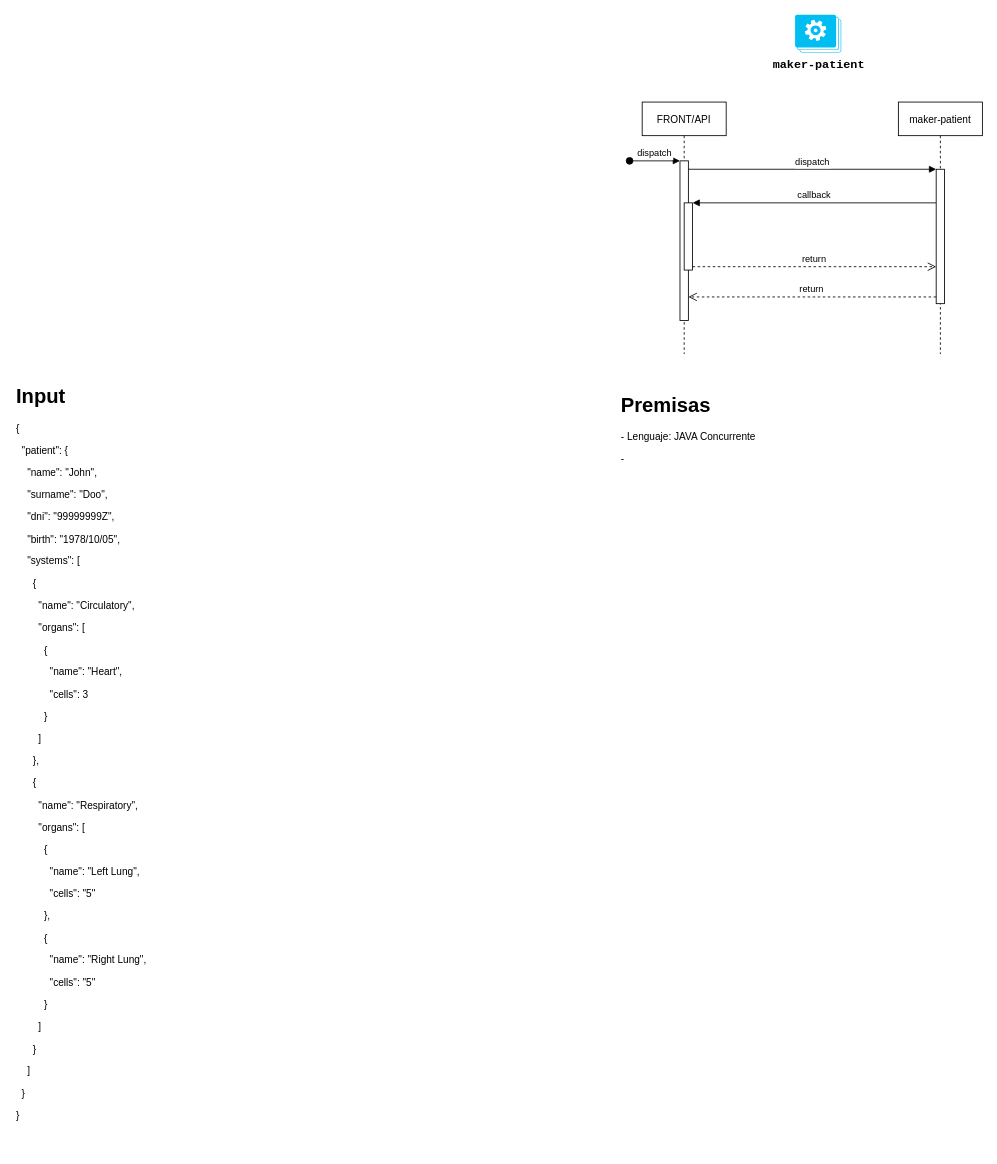
cellprom/cellprom-arq-doc keeps this draw.io diagram as page "maker-patient" (6 of 9) of arch-design/cellprom-tech-arch.drawio. Above is the earlier version. Source tidied: cells renumbered, new cells numbered last; positions are measured from the earlier drawing's top-left corner, leaving out a move shared by most shapes. Both pictures are drawn from the tidied source at 84%, with x=0, y=0 at pixel (14, 14).
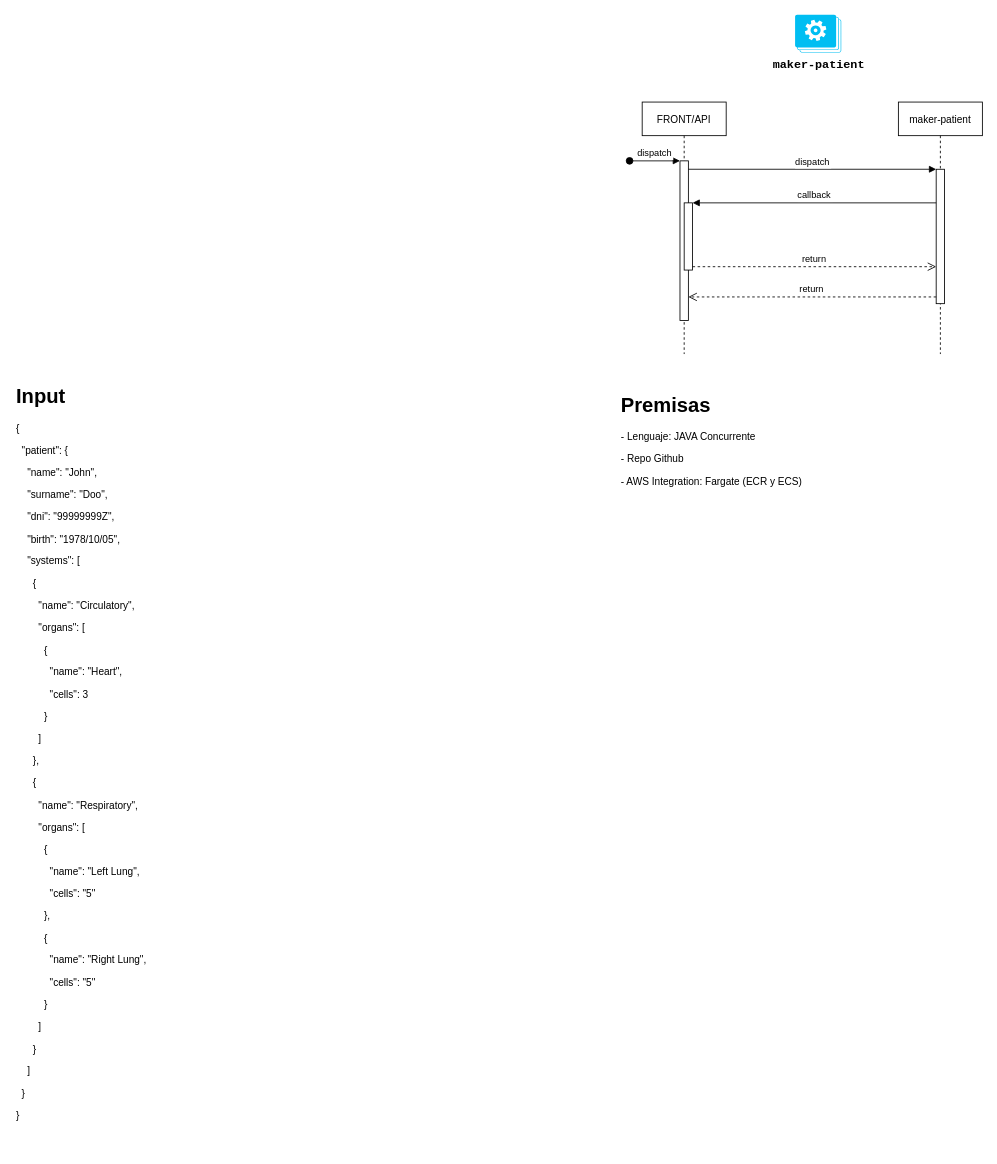
Above is the later version.

Change to the diagram source:
```diff
@@
 <mxGraphModel>
   <root>
     <mxCell id="0" />
     <mxCell id="1" parent="0" />
     <mxCell id="2" value="&lt;span style=&quot;font-family: &amp;quot;Courier New&amp;quot;; font-size: 14px; font-weight: 700;&quot;&gt;maker-patient&lt;/span&gt;" style="verticalLabelPosition=bottom;html=1;verticalAlign=top;align=center;strokeColor=none;fillColor=#00BEF2;shape=mxgraph.azure.worker_roles;" parent="1" vertex="1">
       <mxGeometry x="929" width="55" height="45" as="geometry" />
     </mxCell>
     <mxCell id="3" value="FRONT/API" style="shape=umlLifeline;perimeter=lifelinePerimeter;rounded=0;shadow=0;strokeWidth=1;" parent="1" vertex="1">
       <mxGeometry x="747" y="104" width="100" height="300" as="geometry" />
     </mxCell>
     <mxCell id="4" style="points=[];perimeter=orthogonalPerimeter;rounded=0;shadow=0;strokeWidth=1;" parent="3" vertex="1">
       <mxGeometry x="45" y="70" width="10" height="190" as="geometry" />
     </mxCell>
     <mxCell id="5" value="dispatch" style="verticalAlign=bottom;startArrow=oval;endArrow=block;startSize=8;shadow=0;strokeWidth=1;" parent="3" edge="1" target="4">
       <mxGeometry relative="1" as="geometry">
         <mxPoint x="-15" y="70" as="sourcePoint" />
       </mxGeometry>
     </mxCell>
     <mxCell id="6" style="points=[];perimeter=orthogonalPerimeter;rounded=0;shadow=0;strokeWidth=1;" parent="3" vertex="1">
       <mxGeometry x="50" y="120" width="10" height="80" as="geometry" />
     </mxCell>
     <mxCell id="7" value="maker-patient" style="shape=umlLifeline;perimeter=lifelinePerimeter;rounded=0;shadow=0;strokeWidth=1;" parent="1" vertex="1">
       <mxGeometry x="1052" y="104" width="100" height="300" as="geometry" />
     </mxCell>
     <mxCell id="8" style="points=[];perimeter=orthogonalPerimeter;rounded=0;shadow=0;strokeWidth=1;" parent="7" vertex="1">
       <mxGeometry x="45" y="80" width="10" height="160" as="geometry" />
     </mxCell>
     <mxCell id="9" value="return" style="verticalAlign=bottom;endArrow=open;dashed=1;endSize=8;exitX=0;exitY=0.95;shadow=0;strokeWidth=1;" parent="1" edge="1" source="8" target="4">
       <mxGeometry relative="1" as="geometry" />
     </mxCell>
     <mxCell id="10" value="dispatch" style="verticalAlign=bottom;endArrow=block;entryX=0;entryY=0;shadow=0;strokeWidth=1;" parent="1" edge="1" source="4" target="8">
       <mxGeometry relative="1" as="geometry" />
     </mxCell>
     <mxCell id="11" value="callback" style="verticalAlign=bottom;endArrow=block;entryX=1;entryY=0;shadow=0;strokeWidth=1;" parent="1" edge="1" source="8" target="6">
       <mxGeometry relative="1" as="geometry" />
     </mxCell>
     <mxCell id="12" value="return" style="verticalAlign=bottom;endArrow=open;dashed=1;endSize=8;exitX=1;exitY=0.95;shadow=0;strokeWidth=1;" parent="1" edge="1" source="6" target="8">
       <mxGeometry relative="1" as="geometry" />
     </mxCell>
     <mxCell id="13" value="&lt;h1 style=&quot;margin-top: 0px;&quot;&gt;Input&lt;/h1&gt;&lt;p&gt;{&lt;/p&gt;&lt;p&gt;&amp;nbsp; &quot;patient&quot;: {&lt;/p&gt;&lt;p&gt;&amp;nbsp; &amp;nbsp; &quot;name&quot;: &quot;John&quot;,&lt;/p&gt;&lt;p&gt;&amp;nbsp; &amp;nbsp; &quot;surname&quot;: &quot;Doo&quot;,&lt;/p&gt;&lt;p&gt;&amp;nbsp; &amp;nbsp; &quot;dni&quot;: &quot;99999999Z&quot;,&lt;/p&gt;&lt;p&gt;&amp;nbsp; &amp;nbsp; &quot;birth&quot;: &quot;1978/10/05&quot;,&lt;/p&gt;&lt;p&gt;&amp;nbsp; &amp;nbsp; &quot;systems&quot;: [&lt;/p&gt;&lt;p&gt;&amp;nbsp; &amp;nbsp; &amp;nbsp; {&lt;/p&gt;&lt;p&gt;&amp;nbsp; &amp;nbsp; &amp;nbsp; &amp;nbsp; &quot;name&quot;: &quot;Circulatory&quot;,&lt;/p&gt;&lt;p&gt;&amp;nbsp; &amp;nbsp; &amp;nbsp; &amp;nbsp; &quot;organs&quot;: [&lt;/p&gt;&lt;p&gt;&amp;nbsp; &amp;nbsp; &amp;nbsp; &amp;nbsp; &amp;nbsp; {&lt;/p&gt;&lt;p&gt;&amp;nbsp; &amp;nbsp; &amp;nbsp; &amp;nbsp; &amp;nbsp; &amp;nbsp; &quot;name&quot;: &quot;Heart&quot;,&lt;/p&gt;&lt;p&gt;&amp;nbsp; &amp;nbsp; &amp;nbsp; &amp;nbsp; &amp;nbsp; &amp;nbsp; &quot;cells&quot;: 3&lt;/p&gt;&lt;p&gt;&amp;nbsp; &amp;nbsp; &amp;nbsp; &amp;nbsp; &amp;nbsp; }&lt;/p&gt;&lt;p&gt;&amp;nbsp; &amp;nbsp; &amp;nbsp; &amp;nbsp; ]&lt;/p&gt;&lt;p&gt;&amp;nbsp; &amp;nbsp; &amp;nbsp; },&lt;/p&gt;&lt;p&gt;&amp;nbsp; &amp;nbsp; &amp;nbsp; {&lt;/p&gt;&lt;p&gt;&amp;nbsp; &amp;nbsp; &amp;nbsp; &amp;nbsp; &quot;name&quot;: &quot;Respiratory&quot;,&lt;/p&gt;&lt;p&gt;&amp;nbsp; &amp;nbsp; &amp;nbsp; &amp;nbsp; &quot;organs&quot;: [&lt;/p&gt;&lt;p&gt;&amp;nbsp; &amp;nbsp; &amp;nbsp; &amp;nbsp; &amp;nbsp; {&lt;/p&gt;&lt;p&gt;&amp;nbsp; &amp;nbsp; &amp;nbsp; &amp;nbsp; &amp;nbsp; &amp;nbsp; &quot;name&quot;: &quot;Left Lung&quot;,&lt;/p&gt;&lt;p&gt;&amp;nbsp; &amp;nbsp; &amp;nbsp; &amp;nbsp; &amp;nbsp; &amp;nbsp; &quot;cells&quot;: &quot;5&quot;&lt;/p&gt;&lt;p&gt;&amp;nbsp; &amp;nbsp; &amp;nbsp; &amp;nbsp; &amp;nbsp; },&lt;/p&gt;&lt;p&gt;&amp;nbsp; &amp;nbsp; &amp;nbsp; &amp;nbsp; &amp;nbsp; {&lt;/p&gt;&lt;p&gt;&amp;nbsp; &amp;nbsp; &amp;nbsp; &amp;nbsp; &amp;nbsp; &amp;nbsp; &quot;name&quot;: &quot;Right Lung&quot;,&lt;/p&gt;&lt;p&gt;&amp;nbsp; &amp;nbsp; &amp;nbsp; &amp;nbsp; &amp;nbsp; &amp;nbsp; &quot;cells&quot;: &quot;5&quot;&lt;/p&gt;&lt;p&gt;&amp;nbsp; &amp;nbsp; &amp;nbsp; &amp;nbsp; &amp;nbsp; }&lt;/p&gt;&lt;p&gt;&amp;nbsp; &amp;nbsp; &amp;nbsp; &amp;nbsp; ]&lt;/p&gt;&lt;p&gt;&amp;nbsp; &amp;nbsp; &amp;nbsp; }&lt;/p&gt;&lt;p&gt;&amp;nbsp; &amp;nbsp; ]&lt;/p&gt;&lt;p&gt;&amp;nbsp; }&lt;/p&gt;&lt;p&gt;}&lt;/p&gt;" style="text;html=1;whiteSpace=wrap;overflow=hidden;rounded=0;" parent="1" vertex="1">
       <mxGeometry y="434" width="230" height="915" as="geometry" />
     </mxCell>
-    <mxCell id="14" value="&lt;h1 style=&quot;margin-top: 0px;&quot;&gt;Premisas&lt;/h1&gt;&lt;p&gt;- Lenguaje: JAVA Concurrente&lt;/p&gt;&lt;p&gt;-&amp;nbsp;&lt;/p&gt;&lt;p&gt;&lt;br&gt;&lt;/p&gt;" style="text;html=1;whiteSpace=wrap;overflow=hidden;rounded=0;" parent="1" vertex="1">
-      <mxGeometry x="720" y="444" width="432" height="389" as="geometry" />
+    <mxCell id="14" value="&lt;h1 style=&quot;margin-top: 0px;&quot;&gt;Premisas&lt;/h1&gt;&lt;p&gt;- Lenguaje: JAVA Concurrente&lt;/p&gt;&lt;p&gt;- Repo Github&lt;/p&gt;&lt;p&gt;- AWS Integration: Fargate (ECR y ECS)&lt;/p&gt;&lt;p&gt;&lt;br&gt;&lt;/p&gt;" style="text;html=1;whiteSpace=wrap;overflow=hidden;rounded=0;" parent="1" vertex="1">
+      <mxGeometry x="720" y="444" width="432" height="153" as="geometry" />
     </mxCell>
   </root>
 </mxGraphModel>
```
